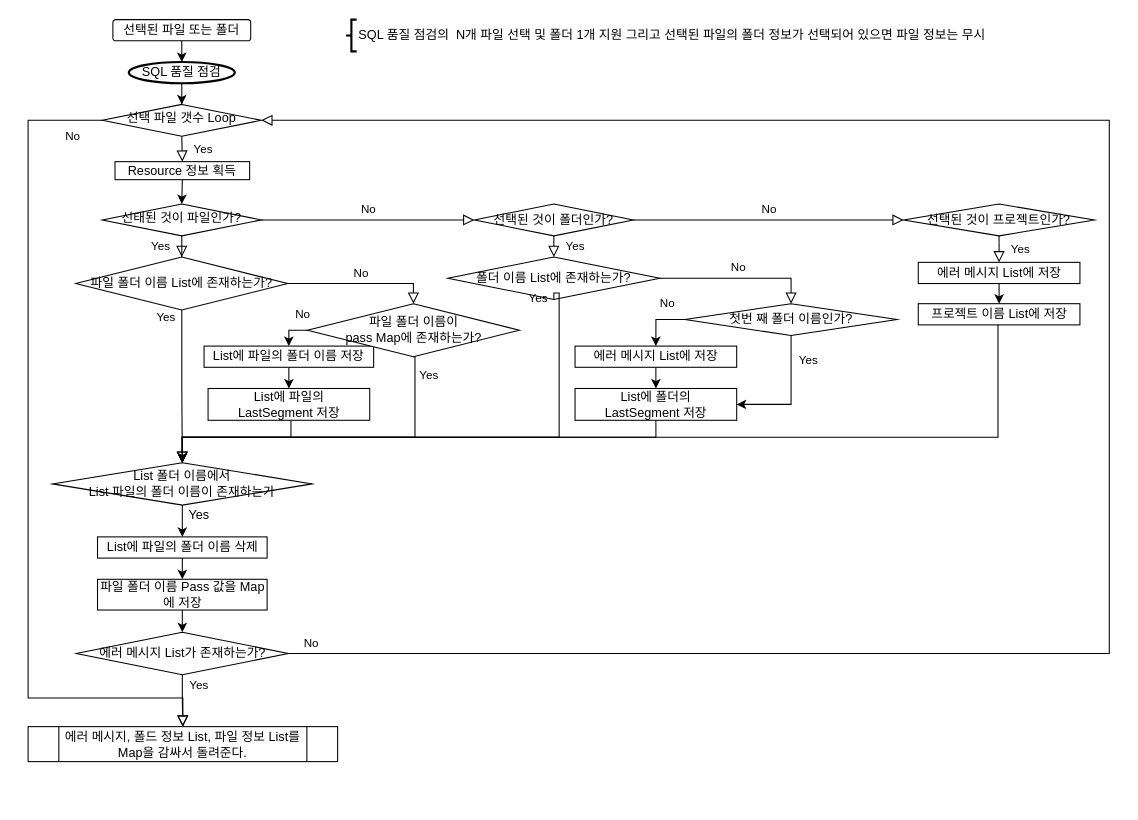
Earlier version of the draw.io diagram Untitled Diagram.drawio (taitai09/playground). Source tidied: cells renumbered, new cells numbered last; positions are measured from the earlier drawing's top-left corner, leaving out a move shared by most shapes. Both pictures are drawn from the tidied source at 106%, with x=0, y=0 at pixel (28, 19).
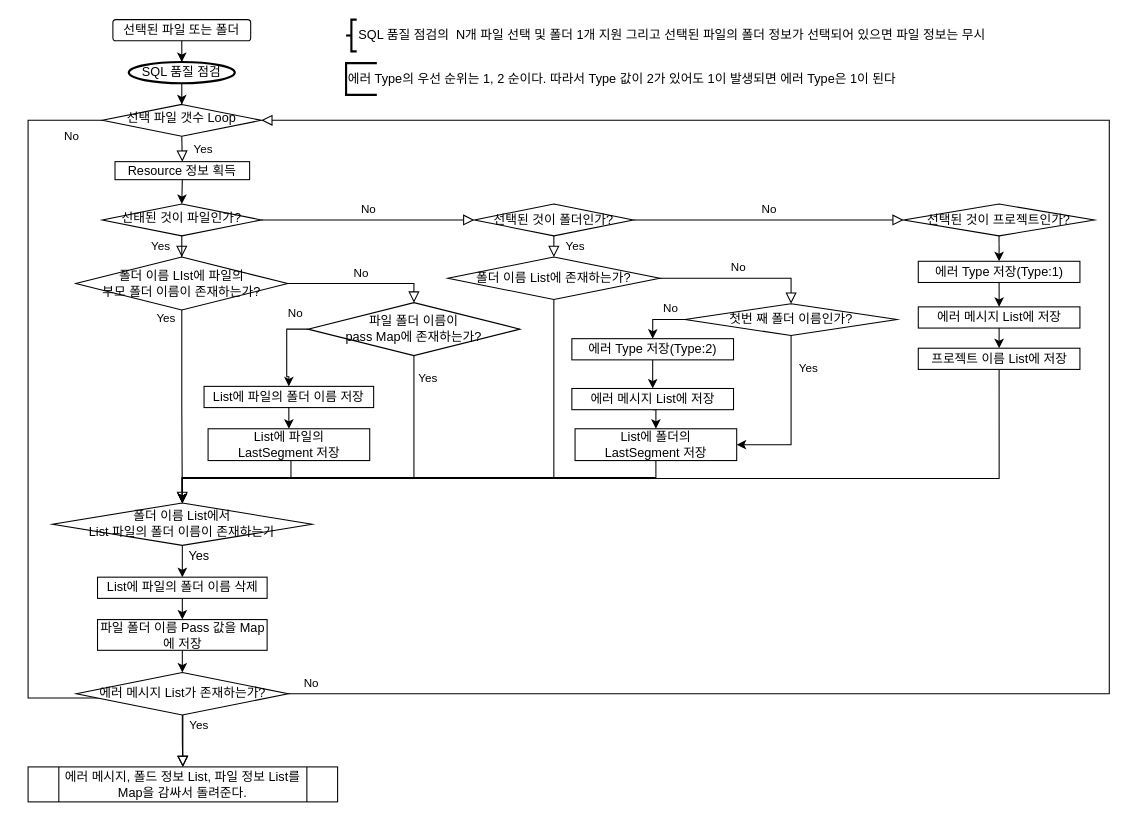
The same diagram, later.

The change refers to these unchanged cells:
```xml
<mxCell id="7" value="선택된 것이 프로젝트인가?" style="rhombus;whiteSpace=wrap;html=1;" parent="1" vertex="1">
  <mxGeometry x="826" y="174" width="180" height="30" as="geometry" />
</mxCell>
<mxCell id="18" value="폴더 이름 List에 존재하는가?" style="rhombus;whiteSpace=wrap;html=1;" parent="1" vertex="1">
  <mxGeometry x="396" y="224" width="200" height="40" as="geometry" />
</mxCell>
<mxCell id="24" value="선택 파일 갯수 Loop" style="rhombus;whiteSpace=wrap;html=1;shadow=0;fontFamily=Helvetica;fontSize=12;align=center;strokeWidth=1;spacing=6;spacingTop=-4;" parent="1" vertex="1">
  <mxGeometry x="70" y="80" width="150" height="30" as="geometry" />
</mxCell>
<mxCell id="47" value="첫번 째 폴더 이름인가?" style="rhombus;whiteSpace=wrap;html=1;" parent="1" vertex="1">
  <mxGeometry x="619.8" y="268" width="200" height="30" as="geometry" />
</mxCell>
```

The edit, as a diff of the source:
```diff
@@
+    <mxCell id="55" style="edgeStyle=orthogonalEdgeStyle;rounded=0;jettySize=auto;html=1;exitX=0.5;exitY=1;exitDx=0;exitDy=0;entryX=0.5;entryY=0;entryDx=0;entryDy=0;" parent="1" edge="1" source="7" target="59">
+      <mxGeometry relative="1" as="geometry" />
+    </mxCell>
@@
-    <mxCell id="9" value="Yes" style="rounded=0;html=1;jettySize=auto;fontSize=11;endArrow=block;endFill=0;endSize=8;strokeWidth=1;shadow=0;labelBackgroundColor=none;edgeStyle=orthogonalEdgeStyle;entryX=0.5;entryY=0;entryDx=0;entryDy=0;exitX=0.5;exitY=1;exitDx=0;exitDy=0;" parent="1" edge="1" source="7" target="12">
-      <mxGeometry y="20" relative="1" as="geometry" />
-    </mxCell>
     <mxCell id="10" style="edgeStyle=orthogonalEdgeStyle;rounded=0;jettySize=auto;html=1;exitX=0.5;exitY=1;exitDx=0;exitDy=0;entryX=0.5;entryY=0;entryDx=0;entryDy=0;" parent="1" edge="1" source="11" target="33">
       <mxGeometry relative="1" as="geometry">
         <Array as="points">
-          <mxPoint x="592" y="394" />
-          <mxPoint x="146" y="394" />
+          <mxPoint x="592" y="432" />
+          <mxPoint x="146" y="432" />
         </Array>
       </mxGeometry>
     </mxCell>
     <mxCell id="11" value="List에 폴더의 &lt;br&gt;LastSegment 저장" style="rounded=0;whiteSpace=wrap;html=1;" parent="1" vertex="1">
-      <mxGeometry x="516" y="348" width="152.5" height="30" as="geometry" />
+      <mxGeometry x="516" y="386" width="152.5" height="30" as="geometry" />
     </mxCell>
+    <mxCell id="27" style="edgeStyle=orthogonalEdgeStyle;rounded=0;jettySize=auto;html=1;exitX=0.5;exitY=1;exitDx=0;exitDy=0;entryX=0.5;entryY=0;entryDx=0;entryDy=0;" parent="1" edge="1" source="12" target="22">
+      <mxGeometry relative="1" as="geometry" />
+    </mxCell>
     <mxCell id="12" value="에러 메시지 List에 저장" style="rounded=0;whiteSpace=wrap;html=1;" parent="1" vertex="1">
-      <mxGeometry x="839.8" y="229" width="152.5" height="20" as="geometry" />
+      <mxGeometry x="839.8" y="271" width="152.5" height="20" as="geometry" />
     </mxCell>
-    <mxCell id="13" value="파일 폴더 이름 List에 존재하는가?" style="rhombus;whiteSpace=wrap;html=1;" parent="1" vertex="1">
+    <mxCell id="13" value="폴더 이름 LIst에 파일의 &lt;br&gt;부모 폴더 이름이 존재하는가?" style="rhombus;whiteSpace=wrap;html=1;" parent="1" vertex="1">
       <mxGeometry x="45" y="224" width="200" height="50" as="geometry" />
     </mxCell>
@@
     <mxCell id="16" value="&lt;span&gt;List에 파일의 폴더 이름 저장&lt;/span&gt;" style="rounded=0;whiteSpace=wrap;html=1;" parent="1" vertex="1">
-      <mxGeometry x="166" y="308" width="160" height="20" as="geometry" />
+      <mxGeometry x="166" y="346" width="160" height="20" as="geometry" />
     </mxCell>
@@
+    <mxCell id="19" style="edgeStyle=orthogonalEdgeStyle;rounded=0;jettySize=auto;html=1;exitX=0.5;exitY=1;exitDx=0;exitDy=0;entryX=0.5;entryY=0;entryDx=0;entryDy=0;" parent="1" edge="1" source="18" target="33">
+      <mxGeometry relative="1" as="geometry">
+        <Array as="points">
+          <mxPoint x="496" y="433" />
+          <mxPoint x="146" y="433" />
+        </Array>
+      </mxGeometry>
+    </mxCell>
@@
-    <mxCell id="19" value="Yes" style="rounded=0;html=1;jettySize=auto;fontSize=11;endArrow=block;endFill=0;endSize=8;strokeWidth=1;shadow=0;labelBackgroundColor=none;edgeStyle=orthogonalEdgeStyle;exitX=0.5;exitY=1;exitDx=0;exitDy=0;entryX=0.5;entryY=0;entryDx=0;entryDy=0;" parent="1" edge="1" source="18" target="33">
-      <mxGeometry x="-0.94" y="-20" relative="1" as="geometry">
-        <Array as="points">
-          <mxPoint x="501" y="258" />
-          <mxPoint x="501" y="394" />
-          <mxPoint x="146" y="394" />
-        </Array>
-      </mxGeometry>
-    </mxCell>
@@
     <mxCell id="21" style="edgeStyle=orthogonalEdgeStyle;rounded=0;jettySize=auto;html=1;exitX=0.5;exitY=1;exitDx=0;exitDy=0;entryX=0.5;entryY=0;entryDx=0;entryDy=0;" parent="1" edge="1" source="22" target="33">
       <mxGeometry relative="1" as="geometry">
         <Array as="points">
-          <mxPoint x="915" y="288" />
-          <mxPoint x="915" y="394" />
-          <mxPoint x="146" y="394" />
+          <mxPoint x="916" y="433" />
+          <mxPoint x="146" y="433" />
         </Array>
       </mxGeometry>
     </mxCell>
     <mxCell id="22" value="프로젝트 이름 List에 저장" style="rounded=0;whiteSpace=wrap;html=1;" parent="1" vertex="1">
-      <mxGeometry x="839.8" y="268" width="152.5" height="20" as="geometry" />
+      <mxGeometry x="839.8" y="310" width="152.5" height="20" as="geometry" />
     </mxCell>
@@
-    <mxCell id="27" style="endArrow=classic;html=1;exitX=0.5;exitY=1;exitDx=0;exitDy=0;entryX=0.5;entryY=0;entryDx=0;entryDy=0;" parent="1" edge="1" source="12" target="22">
-      <mxGeometry relative="1" as="geometry" />
-    </mxCell>
     <mxCell id="28" value="에러 메시지 List가 존재하는가?" style="rhombus;whiteSpace=wrap;html=1;" parent="1" vertex="1">
-      <mxGeometry x="45.5" y="578" width="200" height="40" as="geometry" />
+      <mxGeometry x="45.5" y="616" width="200" height="40" as="geometry" />
     </mxCell>
@@
     <mxCell id="31" value="No" style="edgeStyle=orthogonalEdgeStyle;rounded=0;html=1;jettySize=auto;fontSize=11;endArrow=block;endFill=0;endSize=8;strokeWidth=1;shadow=0;labelBackgroundColor=none;entryX=1;entryY=0.5;entryDx=0;entryDy=0;exitX=1;exitY=0.5;exitDx=0;exitDy=0;" parent="1" edge="1" source="28" target="24">
       <mxGeometry x="-0.98" y="10" relative="1" as="geometry">
         <Array as="points">
-          <mxPoint x="1020" y="598" />
+          <mxPoint x="1020" y="636" />
           <mxPoint x="1020" y="95" />
         </Array>
       </mxGeometry>
     </mxCell>
@@
-    <mxCell id="33" value="List 폴더 이름에서&lt;br&gt;List 파일의 폴더 이름이 존재하는가" style="rhombus;whiteSpace=wrap;html=1;" parent="1" vertex="1">
-      <mxGeometry x="23" y="418" width="245" height="40" as="geometry" />
+    <mxCell id="33" value="폴더 이름 List에서&lt;br&gt;List 파일의 폴더 이름이 존재하는가" style="rhombus;whiteSpace=wrap;html=1;" parent="1" vertex="1">
+      <mxGeometry x="23" y="456" width="245" height="40" as="geometry" />
     </mxCell>
@@
     <mxCell id="35" value="&lt;span&gt;List에 파일의 폴더 이름 삭제&lt;/span&gt;" style="rounded=0;whiteSpace=wrap;html=1;" parent="1" vertex="1">
-      <mxGeometry x="65.5" y="488" width="160" height="20" as="geometry" />
+      <mxGeometry x="65.5" y="526" width="160" height="20" as="geometry" />
     </mxCell>
@@
     <mxCell id="37" value="파일 폴더 이름 Pass 값을 Map에 저장" style="rounded=0;whiteSpace=wrap;html=1;" parent="1" vertex="1">
-      <mxGeometry x="65.5" y="528" width="160" height="29" as="geometry" />
+      <mxGeometry x="65.5" y="566" width="160" height="29" as="geometry" />
     </mxCell>
     <mxCell id="38" value="Yes" style="text;html=1;align=center;verticalAlign=middle;" parent="1" vertex="1">
-      <mxGeometry x="140.5" y="458" width="40" height="20" as="geometry" />
+      <mxGeometry x="140.5" y="496" width="40" height="20" as="geometry" />
     </mxCell>
     <mxCell id="39" value="에러 메시지, 폴드 정보 List, 파일 정보 List를 Map을 감싸서 돌려준다." style="shape=process;whiteSpace=wrap;html=1;backgroundOutline=1;" parent="1" vertex="1">
-      <mxGeometry y="667" width="292" height="33" as="geometry" />
+      <mxGeometry y="705" width="292" height="33" as="geometry" />
     </mxCell>
@@
     <mxCell id="43" value="Yes" style="edgeStyle=orthogonalEdgeStyle;rounded=0;jettySize=auto;html=1;exitX=0.5;exitY=1;exitDx=0;exitDy=0;entryX=0.5;entryY=0;entryDx=0;entryDy=0;" parent="1" edge="1" source="44" target="33">
       <mxGeometry x="-0.88" y="13" relative="1" as="geometry">
         <Array as="points">
-          <mxPoint x="365" y="318" />
-          <mxPoint x="365" y="394" />
-          <mxPoint x="146" y="394" />
+          <mxPoint x="364" y="432" />
+          <mxPoint x="146" y="432" />
         </Array>
       </mxGeometry>
     </mxCell>
     <mxCell id="44" value="파일 폴더 이름이&lt;br&gt;pass Map에 존재하는가?" style="rhombus;whiteSpace=wrap;html=1;" parent="1" vertex="1">
-      <mxGeometry x="263.5" y="268" width="200" height="50" as="geometry" />
+      <mxGeometry x="264" y="267" width="200" height="50" as="geometry" />
     </mxCell>
+    <mxCell id="46" value="Yes" style="edgeStyle=orthogonalEdgeStyle;rounded=0;jettySize=auto;html=1;exitX=0.5;exitY=1;exitDx=0;exitDy=0;entryX=1;entryY=0.5;entryDx=0;entryDy=0;" parent="1" edge="1" source="47" target="11">
+      <mxGeometry x="-0.6" y="16" relative="1" as="geometry" />
+    </mxCell>
-    <mxCell id="45" value="No" style="edgeStyle=orthogonalEdgeStyle;rounded=0;jettySize=auto;html=1;exitX=0;exitY=0.5;exitDx=0;exitDy=0;entryX=0.5;entryY=0;entryDx=0;entryDy=0;" parent="1" edge="1" source="47" target="49">
-      <mxGeometry x="-0.35" y="-15" relative="1" as="geometry" />
+    <mxCell id="45" value="No" style="edgeStyle=orthogonalEdgeStyle;rounded=0;jettySize=auto;html=1;exitX=0;exitY=0.5;exitDx=0;exitDy=0;entryX=0.5;entryY=0;entryDx=0;entryDy=0;" parent="1" edge="1" source="47" target="57">
+      <mxGeometry x="-0.43" y="-11" relative="1" as="geometry" />
     </mxCell>
-    <mxCell id="46" value="Yes" style="edgeStyle=orthogonalEdgeStyle;rounded=0;jettySize=auto;html=1;exitX=0.5;exitY=1;exitDx=0;exitDy=0;entryX=1;entryY=0.5;entryDx=0;entryDy=0;" parent="1" edge="1" source="47" target="11">
-      <mxGeometry x="-0.6" y="16" relative="1" as="geometry" />
-    </mxCell>
@@
     <mxCell id="49" value="에러 메시지 List에 저장" style="rounded=0;whiteSpace=wrap;html=1;" parent="1" vertex="1">
-      <mxGeometry x="516" y="308" width="152.5" height="20" as="geometry" />
+      <mxGeometry x="513" y="348" width="152.5" height="20" as="geometry" />
     </mxCell>
     <mxCell id="50" style="edgeStyle=orthogonalEdgeStyle;rounded=0;jettySize=auto;html=1;exitX=0.5;exitY=1;exitDx=0;exitDy=0;entryX=0.5;entryY=0;entryDx=0;entryDy=0;" parent="1" edge="1" source="51" target="33">
       <mxGeometry relative="1" as="geometry">
         <Array as="points">
-          <mxPoint x="248" y="378" />
-          <mxPoint x="248" y="394" />
-          <mxPoint x="146" y="394" />
+          <mxPoint x="248" y="416" />
+          <mxPoint x="248" y="432" />
+          <mxPoint x="146" y="432" />
         </Array>
       </mxGeometry>
     </mxCell>
     <mxCell id="51" value="List에 파일의&lt;br&gt;LastSegment&amp;nbsp;저장" style="rounded=0;whiteSpace=wrap;html=1;" parent="1" vertex="1">
-      <mxGeometry x="169.8" y="348" width="152.5" height="30" as="geometry" />
+      <mxGeometry x="169.8" y="386" width="152.5" height="30" as="geometry" />
     </mxCell>
@@
+    <mxCell id="56" style="edgeStyle=orthogonalEdgeStyle;rounded=0;jettySize=auto;html=1;exitX=0.5;exitY=1;exitDx=0;exitDy=0;entryX=0.5;entryY=0;entryDx=0;entryDy=0;" parent="1" edge="1" source="57" target="49">
+      <mxGeometry relative="1" as="geometry" />
+    </mxCell>
+    <mxCell id="57" value="에러 Type 저장(Type:2)" style="rounded=0;whiteSpace=wrap;html=1;" parent="1" vertex="1">
+      <mxGeometry x="513" y="301" width="152.5" height="20" as="geometry" />
+    </mxCell>
+    <mxCell id="58" style="edgeStyle=orthogonalEdgeStyle;rounded=0;jettySize=auto;html=1;exitX=0.5;exitY=1;exitDx=0;exitDy=0;" parent="1" edge="1" source="59" target="12">
+      <mxGeometry relative="1" as="geometry" />
+    </mxCell>
+    <mxCell id="59" value="에러 Type 저장(Type:1)" style="rounded=0;whiteSpace=wrap;html=1;" parent="1" vertex="1">
+      <mxGeometry x="839.8" y="228" width="152.5" height="20" as="geometry" />
+    </mxCell>
+    <mxCell id="60" value="에러 Type의 우선 순위는 1, 2 순이다. 따라서 Type 값이 2가 있어도 1이 발생되면 에러 Type은 1이 된다" style="strokeWidth=2;html=1;shape=mxgraph.flowchart.annotation_1;align=left;" parent="1" vertex="1">
+      <mxGeometry x="300" y="41" width="29" height="30" as="geometry" />
+    </mxCell>
```
